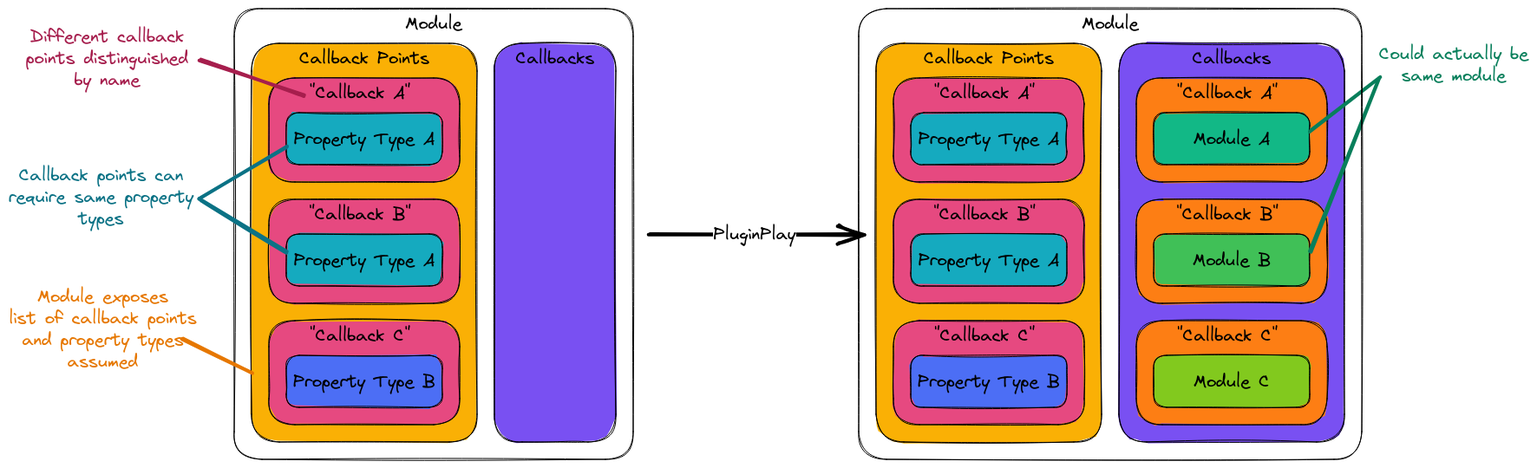
NWChemEx/PluginPlay keeps this Excalidraw diagram as docs/source/developer/design/assets/making_callgraph.png. Above is the earlier version. Source tidied: one line per element, renumbered; positions are measured from the earlier drawing's top-left corner, leaving out a move shared by most shapes.
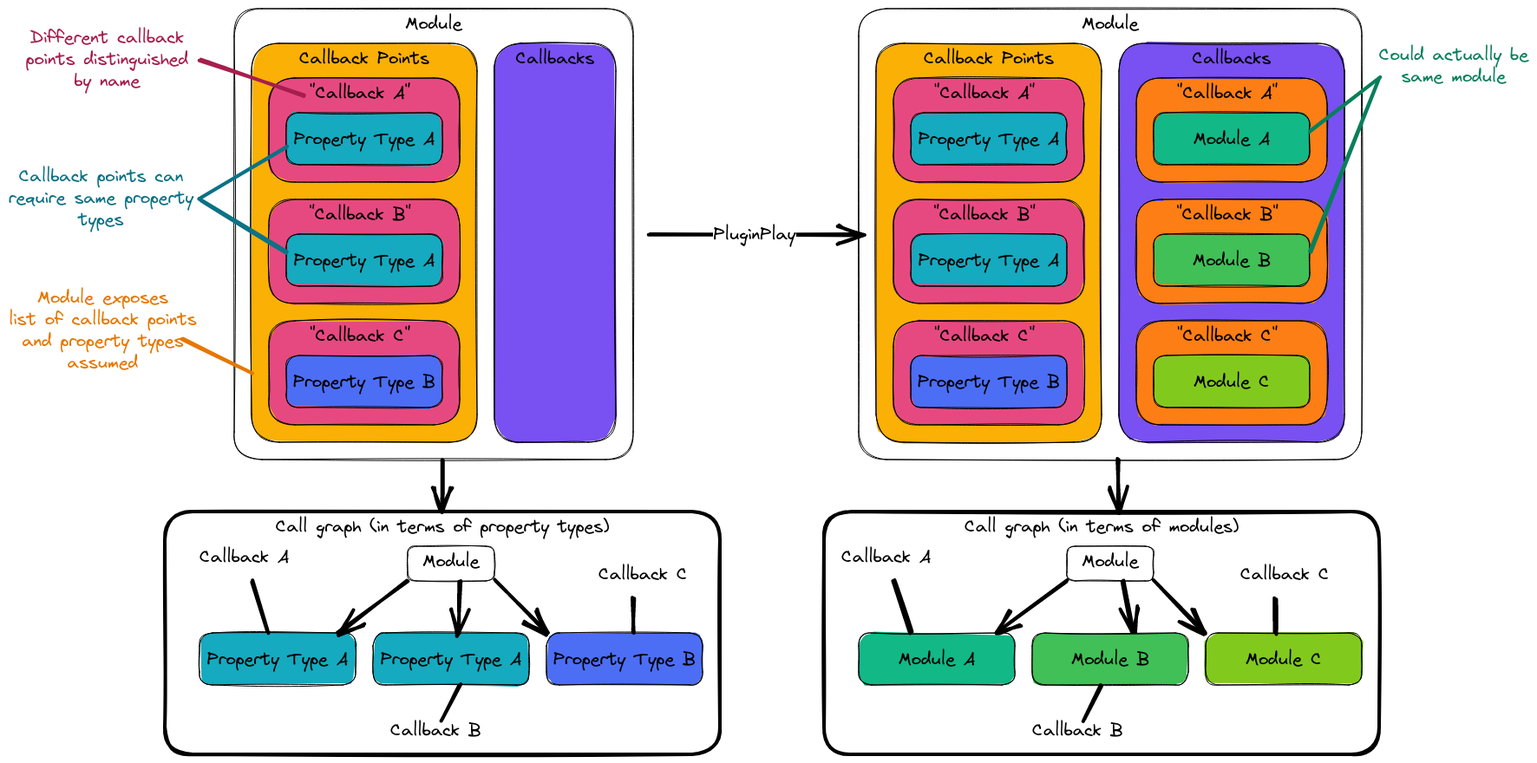
Above is the later version.

Commit message:
updates figures to match paper (#290)

Diff of the diagram source:
```diff
@@ -1,3 +1,7 @@
+{"id": 60, "type": "rectangle", "strokeColor": "#000000", "strokeWidth": 4, "roughness": 1, "round": true, "x": 180, "y": 580, "width": 640, "height": 280}
+{"id": 61, "type": "text", "text": "Call graph (in terms of property types)", "strokeColor": "#000000", "strokeWidth": 4, "roughness": 1, "fontSize": 20, "fontFamily": 1, "textAlign": "center", "inside": 60, "x": 308, "y": 585, "width": 384, "height": 24}
+{"id": 43, "type": "rectangle", "strokeColor": "#000000", "strokeWidth": 1, "roughness": 1, "round": true, "x": 980, "y": 0, "width": 580, "height": 520}
+{"id": 44, "type": "text", "text": "Module", "strokeColor": "#000000", "strokeWidth": 1, "roughness": 1, "fontSize": 20, "fontFamily": 1, "textAlign": "center", "inside": 43, "x": 1237, "y": 5, "width": 65, "height": 24}
 {"id": 0, "type": "rectangle", "strokeColor": "#000000", "strokeWidth": 1, "roughness": 1, "round": true, "x": 260, "y": 0, "width": 460, "height": 520}
 {"id": 1, "type": "text", "text": "Module", "strokeColor": "#000000", "strokeWidth": 1, "roughness": 1, "fontSize": 20, "fontFamily": 1, "textAlign": "center", "inside": 0, "x": 457, "y": 5, "width": 66, "height": 25}
 {"id": 2, "type": "rectangle", "strokeColor": "#000000", "backgroundColor": "#fab005", "fillStyle": "solid", "strokeWidth": 1, "roughness": 1, "round": true, "x": 280, "y": 40, "width": 260, "height": 460}
@@ -41,8 +45,6 @@
 {"id": 40, "type": "text", "text": "Module exposes\nlist of callback points\nand property types\nassumed", "strokeColor": "#e67700", "backgroundColor": "#7950f2", "fillStyle": "solid", "strokeWidth": 4, "roughness": 1, "fontSize": 20, "fontFamily": 1, "textAlign": "center", "x": 0, "y": 320, "width": 217, "height": 100}
 {"id": 41, "type": "rectangle", "strokeColor": "#000000", "backgroundColor": "#7950f2", "fillStyle": "solid", "strokeWidth": 1, "roughness": 1, "round": true, "x": 560, "y": 40, "width": 140, "height": 460}
 {"id": 42, "type": "text", "text": "Callbacks", "strokeColor": "#000000", "strokeWidth": 1, "roughness": 1, "fontSize": 20, "fontFamily": 1, "textAlign": "center", "inside": 41, "x": 584, "y": 45, "width": 92, "height": 25}
-{"id": 43, "type": "rectangle", "strokeColor": "#000000", "strokeWidth": 1, "roughness": 1, "round": true, "x": 980, "y": 0, "width": 580, "height": 520}
-{"id": 44, "type": "text", "text": "Module", "strokeColor": "#000000", "strokeWidth": 1, "roughness": 1, "fontSize": 20, "fontFamily": 1, "textAlign": "center", "inside": 43, "x": 1237, "y": 5, "width": 66, "height": 25}
 {"id": 45, "type": "rectangle", "strokeColor": "#000000", "backgroundColor": "#fab005", "fillStyle": "solid", "strokeWidth": 1, "roughness": 1, "round": true, "x": 1000, "y": 40, "width": 260, "height": 460}
 {"id": 46, "type": "text", "text": "Callback Points", "strokeColor": "#000000", "strokeWidth": 1, "roughness": 1, "fontSize": 20, "fontFamily": 1, "textAlign": "center", "inside": 45, "x": 1054, "y": 45, "width": 151, "height": 25}
 {"id": 47, "type": "rectangle", "strokeColor": "#000000", "backgroundColor": "#e64980", "fillStyle": "solid", "strokeWidth": 1, "roughness": 1, "round": true, "x": 1020, "y": 80, "width": 220, "height": 120}
@@ -58,3 +60,41 @@
 {"id": 57, "type": "rectangle", "strokeColor": "#000000", "backgroundColor": "#4c6ef5", "fillStyle": "solid", "strokeWidth": 1, "roughness": 1, "round": true, "x": 1040, "y": 400, "width": 180, "height": 60}
 {"id": 58, "type": "text", "text": "Property Type B", "strokeColor": "#000000", "strokeWidth": 1, "roughness": 1, "fontSize": 20, "fontFamily": 1, "textAlign": "center", "verticalAlign": "middle", "inside": 57, "x": 1048, "y": 418, "width": 165, "height": 25}
 {"id": 59, "type": "line", "strokeColor": "#e67700", "backgroundColor": "#7950f2", "fillStyle": "solid", "strokeWidth": 4, "roughness": 1, "round": true, "x": 200, "y": 380, "width": 80, "height": 40, "points": [[0, 0], [80, 40]]}
+{"id": 62, "type": "rectangle", "strokeColor": "#000000", "backgroundColor": "#15aabf", "fillStyle": "solid", "strokeWidth": 1, "roughness": 1, "round": true, "x": 220, "y": 720, "width": 180, "height": 60}
+{"id": 63, "type": "text", "text": "Property Type A", "strokeColor": "#000000", "strokeWidth": 1, "roughness": 1, "fontSize": 20, "fontFamily": 1, "textAlign": "center", "verticalAlign": "middle", "inside": 62, "x": 229, "y": 738, "width": 162, "height": 24}
+{"id": 64, "type": "rectangle", "strokeColor": "#000000", "strokeWidth": 1, "roughness": 1, "round": true, "x": 460, "y": 620, "width": 100, "height": 40}
+{"id": 65, "type": "text", "text": "Module", "strokeColor": "#000000", "strokeWidth": 1, "roughness": 1, "fontSize": 20, "fontFamily": 1, "textAlign": "center", "inside": 64, "x": 477, "y": 625, "width": 65, "height": 24}
+{"id": 66, "type": "rectangle", "strokeColor": "#000000", "backgroundColor": "#15aabf", "fillStyle": "solid", "strokeWidth": 1, "roughness": 1, "round": true, "x": 420, "y": 720, "width": 180, "height": 60}
+{"id": 67, "type": "text", "text": "Property Type A", "strokeColor": "#000000", "strokeWidth": 1, "roughness": 1, "fontSize": 20, "fontFamily": 1, "textAlign": "center", "verticalAlign": "middle", "inside": 66, "x": 429, "y": 738, "width": 162, "height": 24}
+{"id": 68, "type": "rectangle", "strokeColor": "#000000", "backgroundColor": "#4c6ef5", "fillStyle": "solid", "strokeWidth": 1, "roughness": 1, "round": true, "x": 620, "y": 720, "width": 180, "height": 60}
+{"id": 69, "type": "text", "text": "Property Type B", "strokeColor": "#000000", "strokeWidth": 1, "roughness": 1, "fontSize": 20, "fontFamily": 1, "textAlign": "center", "verticalAlign": "middle", "inside": 68, "x": 628, "y": 738, "width": 164, "height": 24}
+{"id": 70, "type": "arrow", "strokeColor": "#000000", "backgroundColor": "magenta", "fillStyle": "solid", "strokeWidth": 4, "roughness": 1, "endArrowhead": "arrow", "round": true, "from": 64, "to": 62, "x": 460, "y": 660, "width": 80, "height": 60, "points": [[0, 0], [-80, 60]]}
+{"id": 71, "type": "arrow", "strokeColor": "#000000", "backgroundColor": "magenta", "fillStyle": "solid", "strokeWidth": 4, "roughness": 1, "endArrowhead": "arrow", "round": true, "from": 64, "to": 66, "x": 520, "y": 660, "width": 0, "height": 60, "points": [[0, 0], [0, 60]]}
+{"id": 72, "type": "arrow", "strokeColor": "#000000", "backgroundColor": "magenta", "fillStyle": "solid", "strokeWidth": 4, "roughness": 1, "endArrowhead": "arrow", "round": true, "from": 64, "to": 68, "x": 560, "y": 660, "width": 60, "height": 60, "points": [[0, 0], [60, 60]]}
+{"id": 73, "type": "rectangle", "strokeColor": "#000000", "strokeWidth": 1, "roughness": 1, "round": true, "x": 1220, "y": 620, "width": 100, "height": 40}
+{"id": 74, "type": "text", "text": "Module", "strokeColor": "#000000", "strokeWidth": 1, "roughness": 1, "fontSize": 20, "fontFamily": 1, "textAlign": "center", "inside": 73, "x": 1237, "y": 625, "width": 65, "height": 24}
+{"id": 75, "type": "arrow", "strokeColor": "#000000", "backgroundColor": "magenta", "fillStyle": "solid", "strokeWidth": 4, "roughness": 1, "endArrowhead": "arrow", "round": true, "from": 73, "to": 78, "x": 1220, "y": 660, "width": 80, "height": 60, "points": [[0, 0], [-80, 60]]}
+{"id": 76, "type": "arrow", "strokeColor": "#000000", "backgroundColor": "magenta", "fillStyle": "solid", "strokeWidth": 4, "roughness": 1, "endArrowhead": "arrow", "round": true, "from": 73, "to": 80, "x": 1285, "y": 661, "width": 11, "height": 58, "points": [[0, 0], [11, 58]]}
+{"id": 77, "type": "arrow", "strokeColor": "#000000", "backgroundColor": "magenta", "fillStyle": "solid", "strokeWidth": 4, "roughness": 1, "endArrowhead": "arrow", "round": true, "from": 73, "to": 82, "x": 1320, "y": 660, "width": 60, "height": 60, "points": [[0, 0], [60, 60]]}
+{"id": 78, "type": "rectangle", "strokeColor": "#000000", "backgroundColor": "#12b886", "fillStyle": "solid", "strokeWidth": 1, "roughness": 1, "round": true, "x": 980, "y": 720, "width": 180, "height": 60}
+{"id": 79, "type": "text", "text": "Module A", "strokeColor": "#000000", "strokeWidth": 1, "roughness": 1, "fontSize": 20, "fontFamily": 1, "textAlign": "center", "verticalAlign": "middle", "inside": 78, "x": 1026, "y": 738, "width": 88, "height": 24}
+{"id": 80, "type": "rectangle", "strokeColor": "#000000", "backgroundColor": "#40c057", "fillStyle": "solid", "strokeWidth": 1, "roughness": 1, "round": true, "x": 1180, "y": 720, "width": 180, "height": 60}
+{"id": 81, "type": "text", "text": "Module B", "strokeColor": "#000000", "strokeWidth": 1, "roughness": 1, "fontSize": 20, "fontFamily": 1, "textAlign": "center", "verticalAlign": "middle", "inside": 80, "x": 1225, "y": 738, "width": 90, "height": 24}
+{"id": 82, "type": "rectangle", "strokeColor": "#000000", "backgroundColor": "#82c91e", "fillStyle": "solid", "strokeWidth": 1, "roughness": 1, "round": true, "x": 1380, "y": 720, "width": 180, "height": 60}
+{"id": 83, "type": "text", "text": "Module C", "strokeColor": "#000000", "strokeWidth": 1, "roughness": 1, "fontSize": 20, "fontFamily": 1, "textAlign": "center", "verticalAlign": "middle", "inside": 82, "x": 1426, "y": 738, "width": 88, "height": 24}
+{"id": 84, "type": "arrow", "strokeColor": "#000000", "backgroundColor": "magenta", "fillStyle": "solid", "strokeWidth": 4, "roughness": 1, "endArrowhead": "arrow", "round": true, "from": 2, "to": 60, "x": 500, "y": 520, "width": 0, "height": 60, "points": [[0, 0], [0, 60]]}
+{"id": 85, "type": "text", "text": "Callback A", "strokeColor": "#000000", "backgroundColor": "magenta", "fillStyle": "solid", "strokeWidth": 4, "roughness": 1, "fontSize": 20, "fontFamily": 1, "x": 220, "y": 620, "width": 103, "height": 24}
+{"id": 86, "type": "line", "strokeColor": "#000000", "backgroundColor": "magenta", "fillStyle": "solid", "strokeWidth": 4, "roughness": 1, "round": true, "x": 280, "y": 660, "width": 20, "height": 60, "points": [[0, 0], [20, 60]]}
+{"id": 87, "type": "text", "text": "Callback B", "strokeColor": "#000000", "backgroundColor": "magenta", "fillStyle": "solid", "strokeWidth": 4, "roughness": 1, "fontSize": 20, "fontFamily": 1, "x": 440, "y": 820, "width": 105, "height": 24}
+{"id": 88, "type": "line", "strokeColor": "#000000", "backgroundColor": "magenta", "fillStyle": "solid", "strokeWidth": 4, "roughness": 1, "round": true, "x": 500, "y": 820, "width": 20, "height": 40, "points": [[0, 0], [20, -40]]}
+{"id": 89, "type": "text", "text": "Callback C", "strokeColor": "#000000", "backgroundColor": "magenta", "fillStyle": "solid", "strokeWidth": 4, "roughness": 1, "fontSize": 20, "fontFamily": 1, "x": 680, "y": 640, "width": 103, "height": 24}
+{"id": 90, "type": "line", "strokeColor": "#000000", "backgroundColor": "magenta", "fillStyle": "solid", "strokeWidth": 4, "roughness": 1, "round": true, "x": 720, "y": 720, "width": 0, "height": 40, "points": [[0, 0], [0, -40]]}
+{"id": 91, "type": "rectangle", "strokeColor": "#000000", "strokeWidth": 4, "roughness": 1, "round": true, "x": 940, "y": 580, "width": 640, "height": 280}
+{"id": 92, "type": "text", "text": "Call graph (in terms of modules)", "strokeColor": "#000000", "strokeWidth": 4, "roughness": 1, "fontSize": 20, "fontFamily": 1, "textAlign": "center", "inside": 91, "x": 1102, "y": 585, "width": 316, "height": 24}
+{"id": 93, "type": "text", "text": "Callback A", "strokeColor": "#000000", "backgroundColor": "magenta", "fillStyle": "solid", "strokeWidth": 4, "roughness": 1, "fontSize": 20, "fontFamily": 1, "x": 960, "y": 620, "width": 103, "height": 24}
+{"id": 94, "type": "line", "strokeColor": "#000000", "backgroundColor": "magenta", "fillStyle": "solid", "strokeWidth": 4, "roughness": 1, "round": true, "x": 1020, "y": 660, "width": 20, "height": 60, "points": [[0, 0], [20, 60]]}
+{"id": 95, "type": "text", "text": "Callback B", "strokeColor": "#000000", "backgroundColor": "magenta", "fillStyle": "solid", "strokeWidth": 4, "roughness": 1, "fontSize": 20, "fontFamily": 1, "x": 1180, "y": 820, "width": 105, "height": 24}
+{"id": 96, "type": "line", "strokeColor": "#000000", "backgroundColor": "magenta", "fillStyle": "solid", "strokeWidth": 4, "roughness": 1, "round": true, "x": 1240, "y": 820, "width": 20, "height": 40, "points": [[0, 0], [20, -40]]}
+{"id": 97, "type": "text", "text": "Callback C", "strokeColor": "#000000", "backgroundColor": "magenta", "fillStyle": "solid", "strokeWidth": 4, "roughness": 1, "fontSize": 20, "fontFamily": 1, "x": 1420, "y": 640, "width": 103, "height": 24}
+{"id": 98, "type": "line", "strokeColor": "#000000", "backgroundColor": "magenta", "fillStyle": "solid", "strokeWidth": 4, "roughness": 1, "round": true, "x": 1460, "y": 720, "width": 0, "height": 40, "points": [[0, 0], [0, -40]]}
+{"id": 99, "type": "arrow", "strokeColor": "#000000", "strokeWidth": 4, "roughness": 1, "endArrowhead": "arrow", "round": true, "from": 45, "to": 91, "x": 1280, "y": 520, "width": 0, "height": 60, "points": [[0, 0], [0, 60]]}
```
